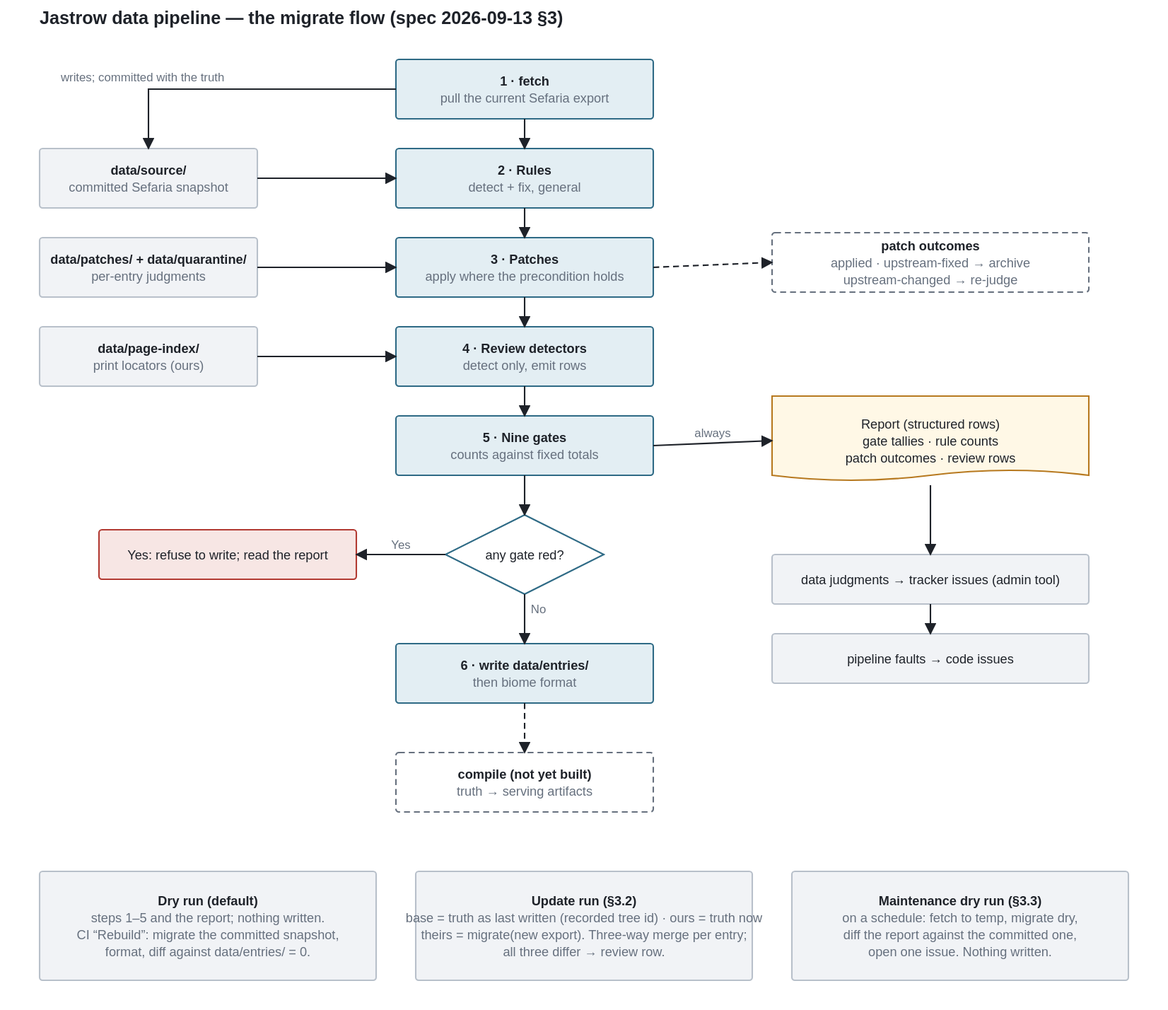
Above: docs/pipeline-flow.drawio.svg in UniquePixels/jastrow (draw.io), before the change. Source tidied: cells renumbered, new cells last; positions are measured from the earlier drawing's top-left corner, leaving out a move shared by most shapes.
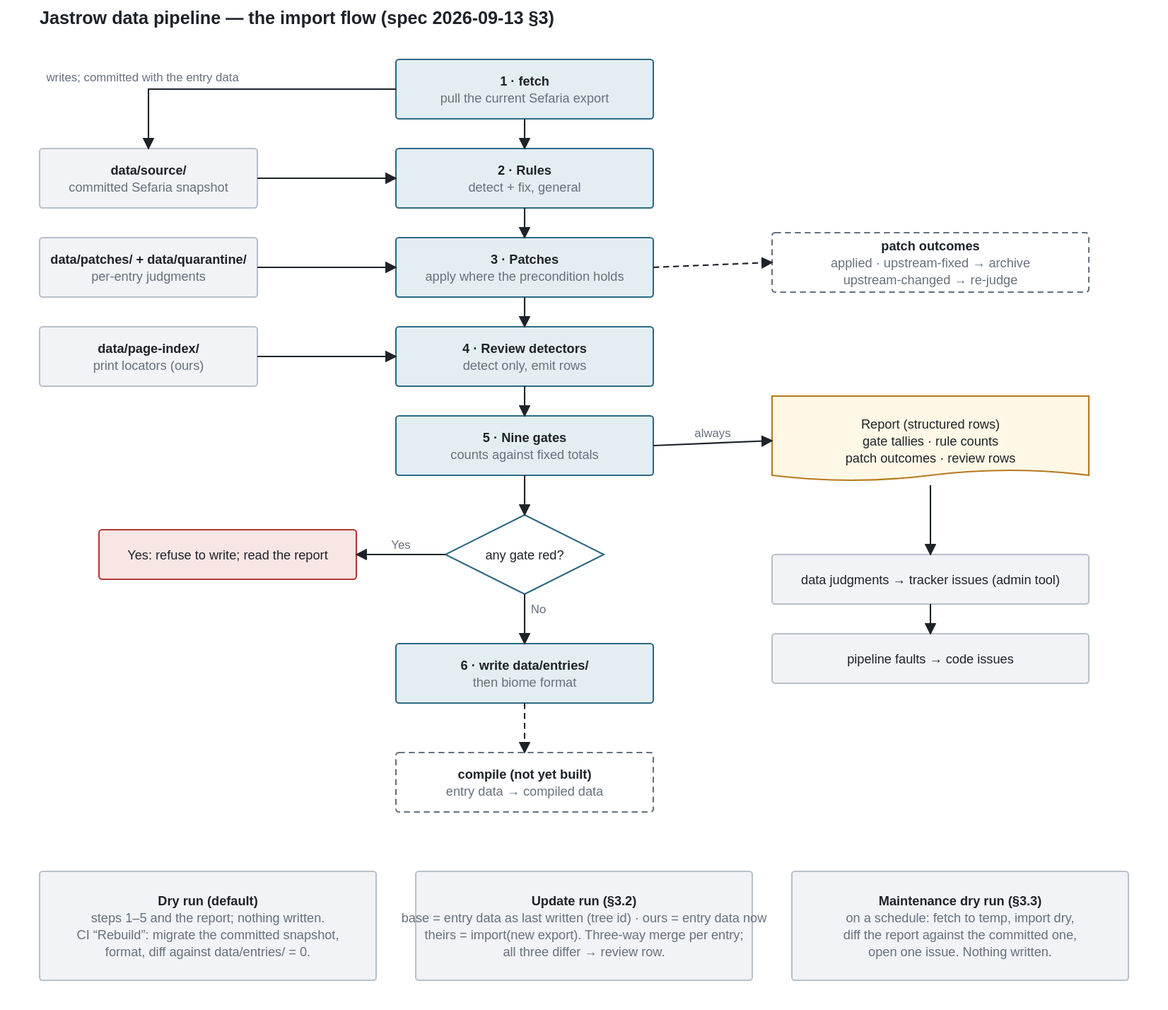
After the change.

The edit, as a diff of the source:
```diff
@@ -2,7 +2,7 @@
   <root>
     <mxCell id="0" />
     <mxCell id="1" parent="0" />
-    <mxCell id="2" value="Jastrow data pipeline — the migrate flow (spec 2026-09-13 §3)" style="text;html=1;align=left;verticalAlign=middle;fontSize=18;fontStyle=1;fontFamily=Helvetica;fontSize=13;fontColor=#1E2229;" parent="1" vertex="1">
+    <mxCell id="2" value="Jastrow data pipeline — the import flow (spec 2026-09-13 §3)" style="text;html=1;align=left;verticalAlign=middle;fontSize=18;fontStyle=1;fontFamily=Helvetica;fontSize=13;fontColor=#1E2229;" parent="1" vertex="1">
       <mxGeometry width="700" height="30" as="geometry" />
     </mxCell>
     <mxCell id="3" value="&lt;b&gt;data/source/&lt;/b&gt;&lt;br&gt;committed Sefaria snapshot" style="rounded=1;arcSize=6;whiteSpace=wrap;html=1;fontFamily=Helvetica;fontSize=13;fontColor=#1E2229;fillColor=#F1F3F6;strokeColor=#B8C0CA;" parent="1" vertex="1">
@@ -35,7 +35,7 @@
     <mxCell id="12" value="&lt;b&gt;6 · write data/entries/&lt;/b&gt;&lt;br&gt;then biome format" style="rounded=1;arcSize=6;whiteSpace=wrap;html=1;fontFamily=Helvetica;fontSize=13;fontColor=#1E2229;fillColor=#E3EEF3;strokeColor=#2E6A85;" parent="1" vertex="1">
       <mxGeometry x="360" y="648" width="260" height="60" as="geometry" />
     </mxCell>
-    <mxCell id="13" value="&lt;b&gt;compile (not yet built)&lt;/b&gt;&lt;br&gt;truth → serving artifacts" style="rounded=1;arcSize=6;whiteSpace=wrap;html=1;fontFamily=Helvetica;fontSize=13;fontColor=#1E2229;fillColor=#FFFFFF;strokeColor=#66707E;dashed=1;" parent="1" vertex="1">
+    <mxCell id="13" value="&lt;b&gt;compile (not yet built)&lt;/b&gt;&lt;br&gt;entry data → compiled data" style="rounded=1;arcSize=6;whiteSpace=wrap;html=1;fontFamily=Helvetica;fontSize=13;fontColor=#1E2229;fillColor=#FFFFFF;strokeColor=#66707E;dashed=1;" parent="1" vertex="1">
       <mxGeometry x="360" y="758" width="260" height="60" as="geometry" />
     </mxCell>
     <mxCell id="14" value="&lt;b&gt;patch outcomes&lt;/b&gt;&lt;br&gt;applied · upstream-fixed → archive&lt;br&gt;upstream-changed → re-judge" style="rounded=1;arcSize=6;whiteSpace=wrap;html=1;fontFamily=Helvetica;fontSize=13;fontColor=#1E2229;fillColor=#FFFFFF;strokeColor=#66707E;dashed=1;" parent="1" vertex="1">
@@ -56,16 +56,16 @@
     <mxCell id="19" value="&lt;b&gt;Dry run (default)&lt;/b&gt;&lt;br&gt;steps 1–5 and the report; nothing written.&lt;br&gt;CI “Rebuild”: migrate the committed snapshot,&lt;br&gt;format, diff against data/entries/ = 0." style="rounded=1;arcSize=6;whiteSpace=wrap;html=1;fontFamily=Helvetica;fontSize=13;fontColor=#1E2229;fillColor=#F1F3F6;strokeColor=#B8C0CA;" parent="1" vertex="1">
       <mxGeometry y="878" width="340" height="110" as="geometry" />
     </mxCell>
-    <mxCell id="20" value="&lt;b&gt;Update run (§3.2)&lt;/b&gt;&lt;br&gt;base = truth as last written (recorded tree id) · ours = truth now&lt;br&gt;theirs = migrate(new export). Three-way merge per entry;&lt;br&gt;all three differ → review row." style="rounded=1;arcSize=6;whiteSpace=wrap;html=1;fontFamily=Helvetica;fontSize=13;fontColor=#1E2229;fillColor=#F1F3F6;strokeColor=#B8C0CA;" parent="1" vertex="1">
+    <mxCell id="20" value="&lt;b&gt;Update run (§3.2)&lt;/b&gt;&lt;br&gt;base = entry data as last written (tree id) · ours = entry data now&lt;br&gt;theirs = import(new export). Three-way merge per entry;&lt;br&gt;all three differ → review row." style="rounded=1;arcSize=6;whiteSpace=wrap;html=1;fontFamily=Helvetica;fontSize=13;fontColor=#1E2229;fillColor=#F1F3F6;strokeColor=#B8C0CA;" parent="1" vertex="1">
       <mxGeometry x="380" y="878" width="340" height="110" as="geometry" />
     </mxCell>
-    <mxCell id="21" value="&lt;b&gt;Maintenance dry run (§3.3)&lt;/b&gt;&lt;br&gt;on a schedule: fetch to temp, migrate dry,&lt;br&gt;diff the report against the committed one,&lt;br&gt;open one issue. Nothing written." style="rounded=1;arcSize=6;whiteSpace=wrap;html=1;fontFamily=Helvetica;fontSize=13;fontColor=#1E2229;fillColor=#F1F3F6;strokeColor=#B8C0CA;" parent="1" vertex="1">
+    <mxCell id="21" value="&lt;b&gt;Maintenance dry run (§3.3)&lt;/b&gt;&lt;br&gt;on a schedule: fetch to temp, import dry,&lt;br&gt;diff the report against the committed one,&lt;br&gt;open one issue. Nothing written." style="rounded=1;arcSize=6;whiteSpace=wrap;html=1;fontFamily=Helvetica;fontSize=13;fontColor=#1E2229;fillColor=#F1F3F6;strokeColor=#B8C0CA;" parent="1" vertex="1">
       <mxGeometry x="760" y="878" width="340" height="110" as="geometry" />
     </mxCell>
     <mxCell id="22" style="edgeStyle=orthogonalEdgeStyle;rounded=0;html=1;strokeColor=#1E2229;strokeWidth=1.5;fontSize=12;fontColor=#66707E;" parent="1" edge="1" source="6" target="7">
       <mxGeometry relative="1" as="geometry" />
     </mxCell>
-    <mxCell id="23" value="writes; committed with the truth" style="edgeStyle=orthogonalEdgeStyle;rounded=0;html=1;strokeColor=#1E2229;strokeWidth=1.5;fontSize=12;fontColor=#66707E;" parent="1" edge="1" source="6" target="3">
+    <mxCell id="23" value="writes; committed with the entry data" style="edgeStyle=orthogonalEdgeStyle;rounded=0;html=1;strokeColor=#1E2229;strokeWidth=1.5;fontSize=12;fontColor=#66707E;" parent="1" edge="1" source="6" target="3">
       <mxGeometry relative="1" as="geometry" />
     </mxCell>
     <mxCell id="24" style="edgeStyle=orthogonalEdgeStyle;rounded=0;html=1;strokeColor=#1E2229;strokeWidth=1.5;fontSize=12;fontColor=#66707E;" parent="1" edge="1" source="3" target="7">
```
